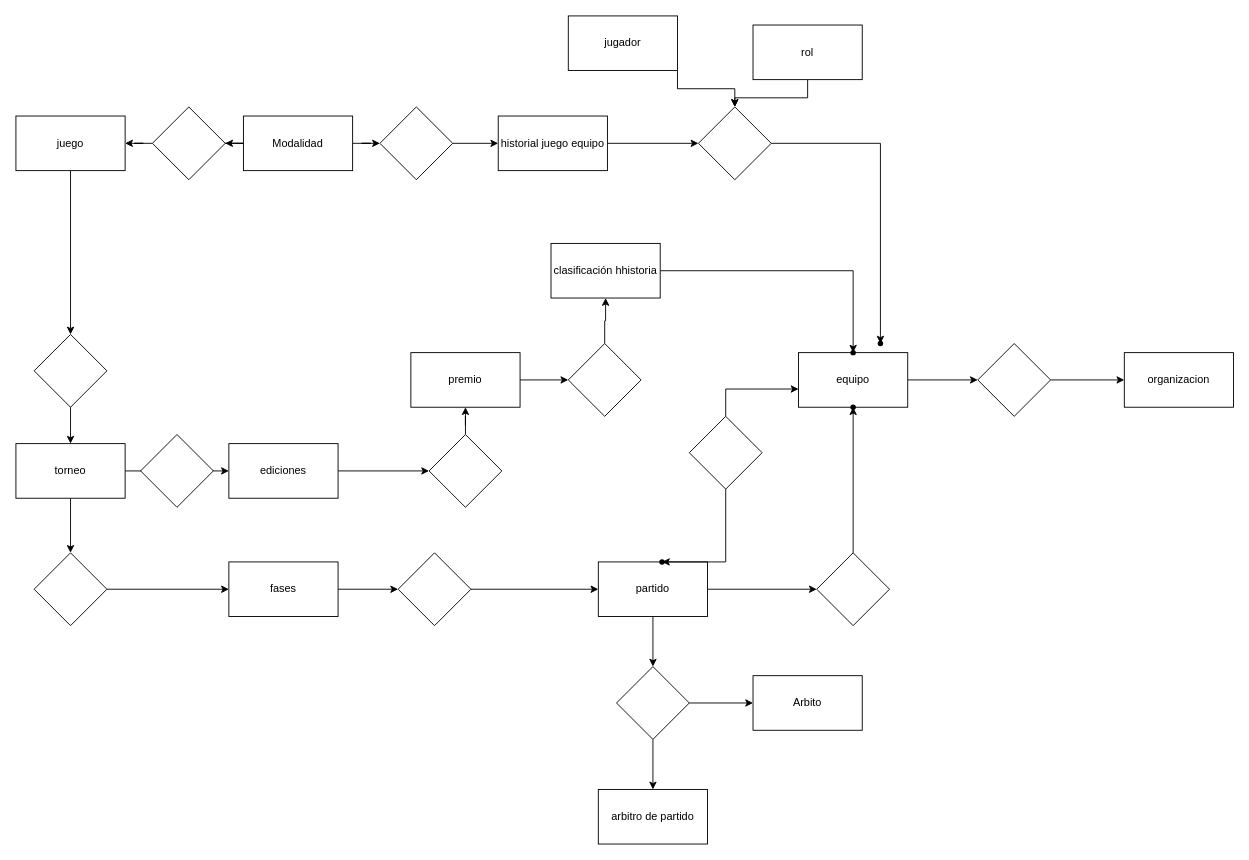
This is Diagrama sin título.drawio from ashardaniyal12/ashardaniyal12, a draw.io file, before an edit. Source tidied: cells renumbered, new cells numbered last; positions are measured from the earlier drawing's top-left corner, leaving out a move shared by most shapes. Both pictures are drawn from the tidied source at 91%, with x=0, y=0 at pixel (15, 15).
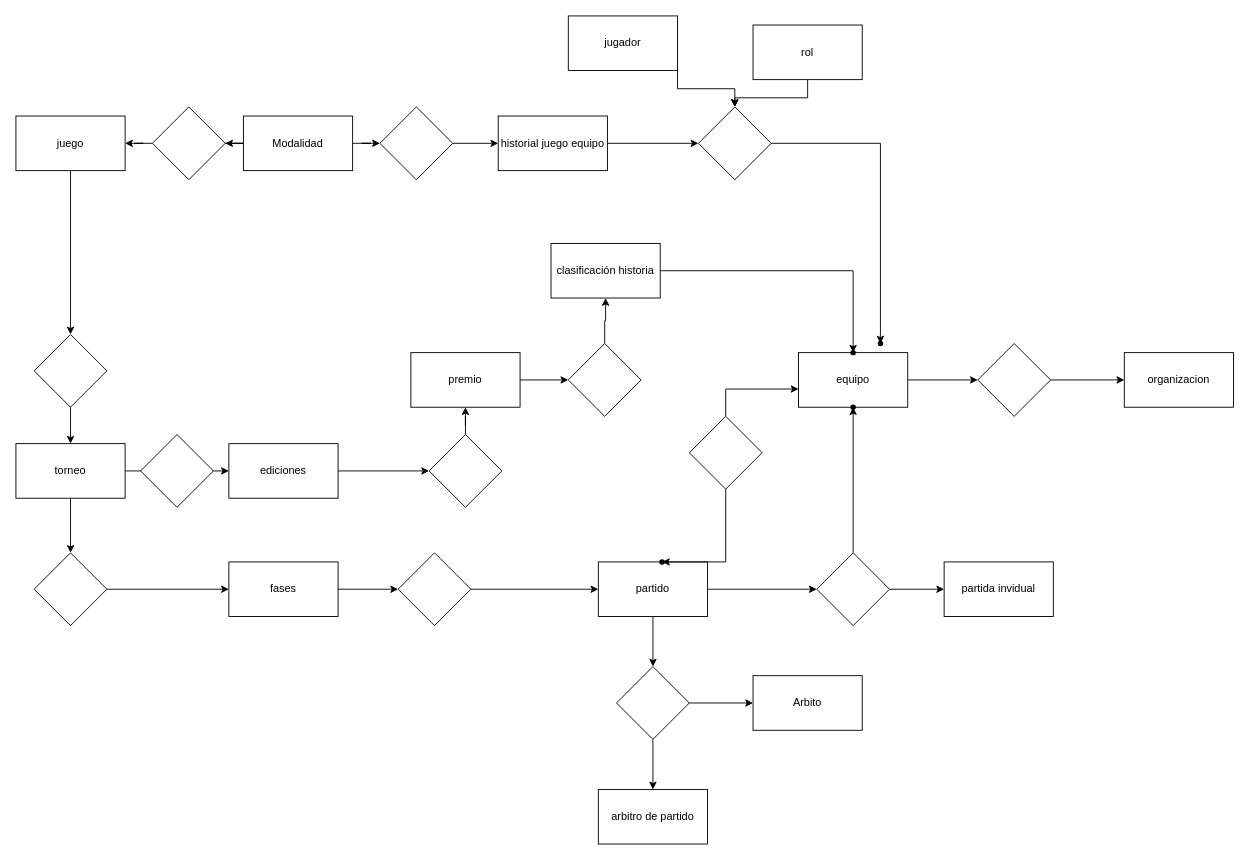
After the change.

Unchanged cells that the change refers to:
```xml
<mxCell id="43" style="rhombus;whiteSpace=wrap;html=1;shapeInside=1;" parent="1" vertex="1">
  <mxGeometry x="880" y="590" width="80" height="80" as="geometry" />
</mxCell>
```

Diff of the diagram source:
```diff
@@
+    <mxCell id="63" style="edgeStyle=orthogonalEdgeStyle;rounded=0;jettySize=auto;html=1;" parent="1" edge="1" source="43" target="64">
+      <mxGeometry relative="1" as="geometry" />
+    </mxCell>
@@
-    <mxCell id="56" value="clasificación hhistoria" style="whiteSpace=wrap;html=1;" parent="1" vertex="1">
+    <mxCell id="56" value="clasificación historia" style="whiteSpace=wrap;html=1;" parent="1" vertex="1">
       <mxGeometry x="588" y="250" width="120" height="60" as="geometry" />
     </mxCell>
@@
+    <mxCell id="64" value="partida invidual" style="whiteSpace=wrap;html=1;" parent="1" vertex="1">
+      <mxGeometry x="1020" y="600" width="120" height="60" as="geometry" />
+    </mxCell>
```
